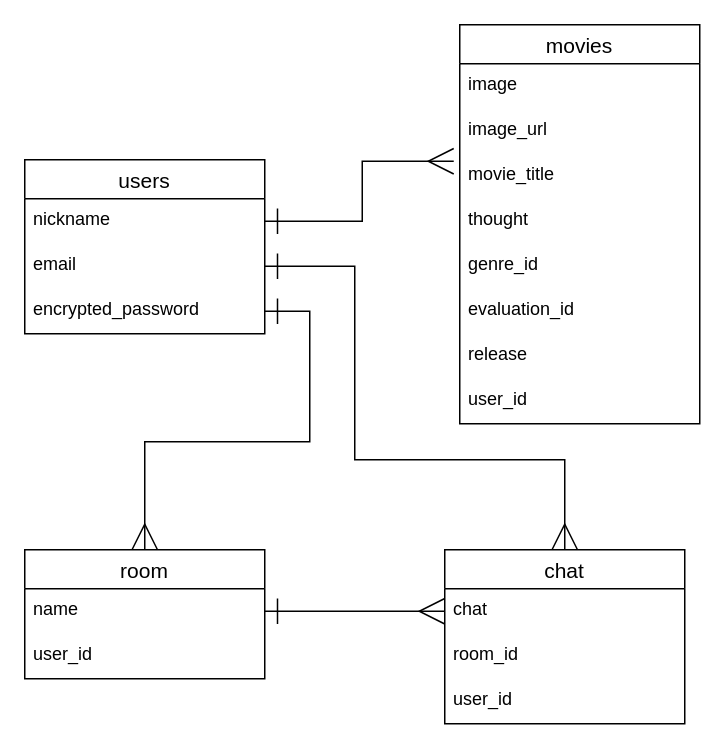
Before: er.dio in Kinocas/movie-app, a draw.io diagram. Source tidied: cells renumbered, new cells numbered last; positions are measured from the earlier drawing's top-left corner, leaving out a move shared by most shapes. Both pictures are drawn from the tidied source at 150%, with x=0, y=0 at pixel (24, 24).
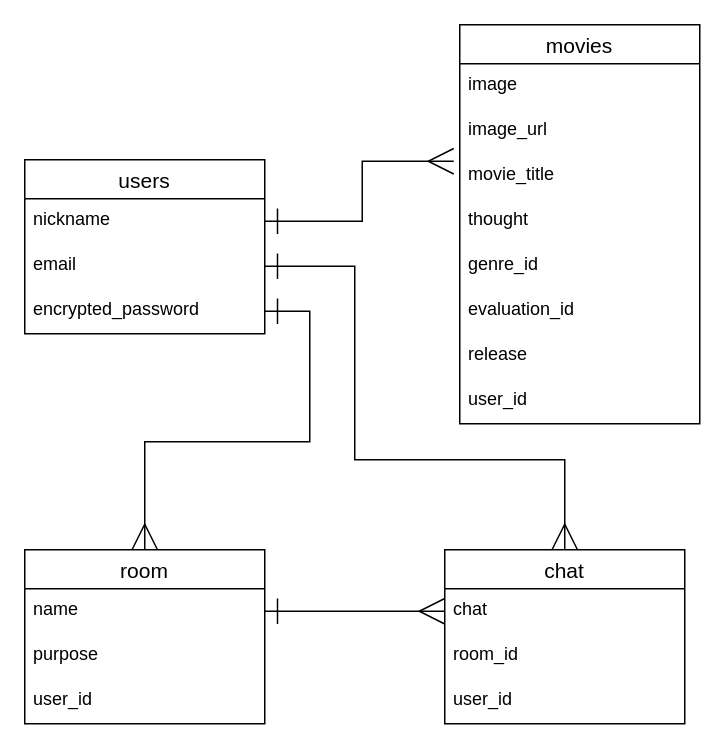
Above is the later version.

Diff of the diagram source:
```diff
@@
     <mxCell id="15" value="room" style="swimlane;fontStyle=0;horizontal=1;startSize=26;align=center;fontSize=14;" parent="1" vertex="1">
-      <mxGeometry y="350" width="160" height="86" as="geometry" />
+      <mxGeometry y="350" width="160" height="116" as="geometry" />
     </mxCell>
@@
+    <mxCell id="26" value="purpose" style="text;strokeColor=none;fillColor=none;spacingLeft=4;spacingRight=4;overflow=hidden;fontSize=12;" parent="15" vertex="1">
+      <mxGeometry y="56" width="160" height="30" as="geometry" />
+    </mxCell>
     <mxCell id="17" value="user_id" style="text;strokeColor=none;fillColor=none;spacingLeft=4;spacingRight=4;overflow=hidden;fontSize=12;" parent="15" vertex="1">
-      <mxGeometry y="56" width="160" height="30" as="geometry" />
+      <mxGeometry y="86" width="160" height="30" as="geometry" />
     </mxCell>
```
